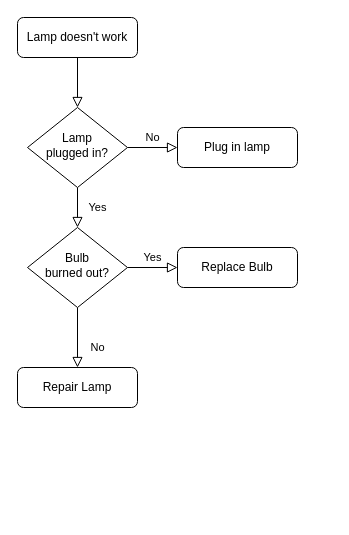
Yarenhi/DEV010-md-links keeps this draw.io diagram as Diagrama sin título.drawio. Above is the earlier version. Source tidied: cells renumbered, new cells numbered last; positions are measured from the earlier drawing's top-left corner, leaving out a move shared by most shapes. Both pictures are drawn from the tidied source at 100%, with x=0, y=0 at pixel (17, 17).
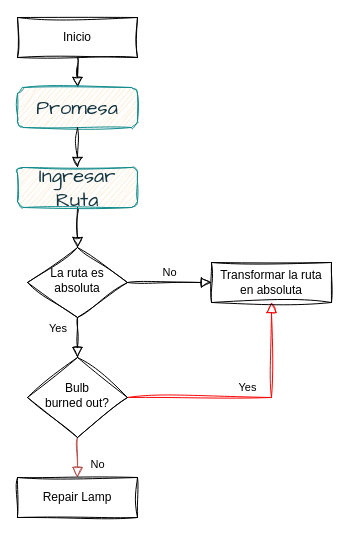
Above is the later version.

Diff of the diagram source:
```diff
@@
 <mxGraphModel>
   <root>
     <mxCell id="0" />
     <mxCell id="1" parent="0" />
-    <mxCell id="2" style="rounded=0;html=1;jettySize=auto;fontSize=11;endArrow=block;endFill=0;endSize=8;strokeWidth=1;shadow=0;labelBackgroundColor=none;edgeStyle=orthogonalEdgeStyle;" parent="1" edge="1" source="3" target="6">
+    <mxCell id="2" style="rounded=0;html=1;jettySize=auto;fontSize=11;endArrow=block;endFill=0;endSize=8;strokeWidth=1;shadow=0;labelBackgroundColor=none;edgeStyle=orthogonalEdgeStyle;sketch=1;curveFitting=1;jiggle=2;fontColor=default;" parent="1" edge="1" source="16" target="6">
       <mxGeometry relative="1" as="geometry" />
     </mxCell>
-    <mxCell id="3" value="Lamp doesn't work" style="rounded=1;whiteSpace=wrap;html=1;fontSize=12;glass=0;strokeWidth=1;shadow=0;" parent="1" vertex="1">
+    <mxCell id="3" value="Inicio" style="rounded=0;whiteSpace=wrap;html=1;fontSize=12;glass=0;strokeWidth=1;shadow=0;sketch=1;curveFitting=1;jiggle=2;labelBackgroundColor=none;" parent="1" vertex="1">
       <mxGeometry width="120" height="40" as="geometry" />
     </mxCell>
-    <mxCell id="4" value="Yes" style="rounded=0;html=1;jettySize=auto;fontSize=11;endArrow=block;endFill=0;endSize=8;strokeWidth=1;shadow=0;labelBackgroundColor=none;edgeStyle=orthogonalEdgeStyle;" parent="1" edge="1" source="6" target="10">
+    <mxCell id="4" style="rounded=0;html=1;jettySize=auto;fontSize=11;endArrow=block;endFill=0;endSize=8;strokeWidth=1;shadow=0;labelBackgroundColor=none;edgeStyle=orthogonalEdgeStyle;sketch=1;curveFitting=1;jiggle=2;fontColor=default;" parent="1" edge="1" source="6" target="10">
       <mxGeometry y="20" relative="1" as="geometry" />
     </mxCell>
-    <mxCell id="5" value="No" style="edgeStyle=orthogonalEdgeStyle;rounded=0;html=1;jettySize=auto;fontSize=11;endArrow=block;endFill=0;endSize=8;strokeWidth=1;shadow=0;labelBackgroundColor=none;" parent="1" edge="1" source="6" target="7">
+    <mxCell id="5" value="No" style="edgeStyle=orthogonalEdgeStyle;rounded=0;html=1;jettySize=auto;fontSize=11;endArrow=block;endFill=0;endSize=8;strokeWidth=1;shadow=0;labelBackgroundColor=none;sketch=1;curveFitting=1;jiggle=2;fontColor=default;entryX=0;entryY=0.5;entryDx=0;entryDy=0;" parent="1" edge="1" source="6" target="12">
       <mxGeometry y="10" relative="1" as="geometry" />
     </mxCell>
-    <mxCell id="6" value="Lamp&lt;br&gt;plugged in?" style="rhombus;whiteSpace=wrap;html=1;shadow=0;fontFamily=Helvetica;fontSize=12;align=center;strokeWidth=1;spacing=6;spacingTop=-4;" parent="1" vertex="1">
-      <mxGeometry x="10" y="90" width="100" height="80" as="geometry" />
+    <mxCell id="6" value="La ruta es absoluta" style="rhombus;whiteSpace=wrap;html=1;shadow=0;fontFamily=Helvetica;fontSize=12;align=center;strokeWidth=1;spacing=6;spacingTop=-4;sketch=1;curveFitting=1;jiggle=2;labelBackgroundColor=none;rounded=0;" parent="1" vertex="1">
+      <mxGeometry x="10" y="230" width="100" height="70" as="geometry" />
     </mxCell>
-    <mxCell id="7" value="Plug in lamp" style="rounded=1;whiteSpace=wrap;html=1;fontSize=12;glass=0;strokeWidth=1;shadow=0;" parent="1" vertex="1">
-      <mxGeometry x="160" y="110" width="120" height="40" as="geometry" />
-    </mxCell>
-    <mxCell id="8" value="No" style="rounded=0;html=1;jettySize=auto;fontSize=11;endArrow=block;endFill=0;endSize=8;strokeWidth=1;shadow=0;labelBackgroundColor=none;edgeStyle=orthogonalEdgeStyle;" parent="1" edge="1" source="10" target="11">
+    <mxCell id="8" value="No" style="rounded=0;html=1;jettySize=auto;fontSize=11;endArrow=block;endFill=0;endSize=8;strokeWidth=1;shadow=0;labelBackgroundColor=none;edgeStyle=orthogonalEdgeStyle;sketch=1;curveFitting=1;jiggle=2;fontColor=default;fillColor=#f8cecc;strokeColor=#b85450;" parent="1" edge="1" source="10" target="11">
       <mxGeometry x="0.33" y="20" relative="1" as="geometry" />
     </mxCell>
-    <mxCell id="9" value="Yes" style="edgeStyle=orthogonalEdgeStyle;rounded=0;html=1;jettySize=auto;fontSize=11;endArrow=block;endFill=0;endSize=8;strokeWidth=1;shadow=0;labelBackgroundColor=none;" parent="1" edge="1" source="10" target="12">
+    <mxCell id="9" value="Yes" style="edgeStyle=orthogonalEdgeStyle;rounded=0;html=1;jettySize=auto;fontSize=11;endArrow=block;endFill=0;endSize=8;strokeWidth=1;shadow=0;labelBackgroundColor=none;sketch=1;curveFitting=1;jiggle=2;fontColor=default;strokeColor=#f90606;" parent="1" edge="1" source="10" target="12">
       <mxGeometry y="10" relative="1" as="geometry" />
     </mxCell>
-    <mxCell id="10" value="Bulb&lt;br&gt;burned out?" style="rhombus;whiteSpace=wrap;html=1;shadow=0;fontFamily=Helvetica;fontSize=12;align=center;strokeWidth=1;spacing=6;spacingTop=-4;" parent="1" vertex="1">
-      <mxGeometry x="10" y="210" width="100" height="80" as="geometry" />
+    <mxCell id="10" value="Bulb&lt;br&gt;burned out?" style="rhombus;whiteSpace=wrap;html=1;shadow=0;fontFamily=Helvetica;fontSize=12;align=center;strokeWidth=1;spacing=6;spacingTop=-4;sketch=1;curveFitting=1;jiggle=2;labelBackgroundColor=none;rounded=0;" parent="1" vertex="1">
+      <mxGeometry x="10" y="340" width="100" height="80" as="geometry" />
     </mxCell>
-    <mxCell id="11" value="Repair Lamp" style="rounded=1;whiteSpace=wrap;html=1;fontSize=12;glass=0;strokeWidth=1;shadow=0;" parent="1" vertex="1">
-      <mxGeometry y="350" width="120" height="40" as="geometry" />
+    <mxCell id="11" value="Repair Lamp" style="rounded=0;whiteSpace=wrap;html=1;fontSize=12;glass=0;strokeWidth=1;shadow=0;sketch=1;curveFitting=1;jiggle=2;labelBackgroundColor=none;" parent="1" vertex="1">
+      <mxGeometry y="460" width="120" height="40" as="geometry" />
     </mxCell>
-    <mxCell id="12" value="Replace Bulb" style="rounded=1;whiteSpace=wrap;html=1;fontSize=12;glass=0;strokeWidth=1;shadow=0;" parent="1" vertex="1">
-      <mxGeometry x="160" y="230" width="120" height="40" as="geometry" />
+    <mxCell id="12" value="Transformar la ruta en absoluta" style="rounded=0;whiteSpace=wrap;html=1;fontSize=12;glass=0;strokeWidth=1;shadow=0;sketch=1;curveFitting=1;jiggle=2;labelBackgroundColor=none;" parent="1" vertex="1">
+      <mxGeometry x="194" y="245" width="120" height="40" as="geometry" />
     </mxCell>
+    <mxCell id="13" style="rounded=0;html=1;jettySize=auto;fontSize=11;endArrow=block;endFill=0;endSize=8;strokeWidth=1;shadow=0;labelBackgroundColor=none;edgeStyle=orthogonalEdgeStyle;sketch=1;curveFitting=1;jiggle=2;fontColor=default;" parent="1" edge="1" source="3" target="14">
+      <mxGeometry relative="1" as="geometry" />
+    </mxCell>
+    <mxCell id="14" value="Promesa" style="rounded=1;whiteSpace=wrap;html=1;sketch=1;hachureGap=4;jiggle=2;curveFitting=1;strokeColor=#0F8B8D;fontFamily=Architects Daughter;fontSize=20;fontColor=#143642;fillColor=#FAE5C7;" parent="1" vertex="1">
+      <mxGeometry y="70" width="120" height="40" as="geometry" />
+    </mxCell>
+    <mxCell id="15" style="rounded=0;html=1;jettySize=auto;fontSize=11;endArrow=block;endFill=0;endSize=8;strokeWidth=1;shadow=0;labelBackgroundColor=none;edgeStyle=orthogonalEdgeStyle;sketch=1;curveFitting=1;jiggle=2;fontColor=default;" parent="1" edge="1" source="14" target="16">
+      <mxGeometry relative="1" as="geometry" />
+    </mxCell>
+    <mxCell id="16" value="Ingresar Ruta" style="rounded=1;whiteSpace=wrap;html=1;sketch=1;hachureGap=4;jiggle=2;curveFitting=1;strokeColor=#0F8B8D;fontFamily=Architects Daughter;fontSize=20;fontColor=#143642;fillColor=#FAE5C7;" parent="1" vertex="1">
+      <mxGeometry y="150" width="120" height="40" as="geometry" />
+    </mxCell>
+    <mxCell id="17" value="&lt;span style=&quot;color: rgb(0, 0, 0); font-family: Helvetica; font-size: 11px; font-style: normal; font-variant-ligatures: normal; font-variant-caps: normal; font-weight: 400; letter-spacing: normal; orphans: 2; text-align: center; text-indent: 0px; text-transform: none; widows: 2; word-spacing: 0px; -webkit-text-stroke-width: 0px; background-color: rgb(251, 251, 251); text-decoration-thickness: initial; text-decoration-style: initial; text-decoration-color: initial; float: none; display: inline !important;&quot;&gt;Yes&lt;/span&gt;" style="text;whiteSpace=wrap;html=1;fontSize=20;fontFamily=Architects Daughter;fontColor=#143642;" parent="1" vertex="1">
+      <mxGeometry x="30" y="290" width="50" height="50" as="geometry" />
+    </mxCell>
   </root>
 </mxGraphModel>
```
